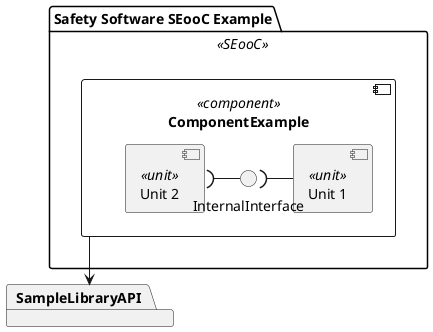
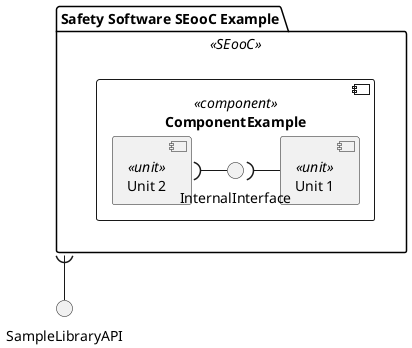
' *******************************************************************************
' Copyright (c) 2025 Contributors to the Eclipse Foundation
'
' See the NOTICE file(s) distributed with this work for additional
' information regarding copyright ownership.
'
' This program and the accompanying materials are made available under the
' terms of the Apache License Version 2.0 which is available at
' https://www.apache.org/licenses/LICENSE-2.0
'
' SPDX-License-Identifier: Apache-2.0
' *******************************************************************************

@startuml static_design

package "Safety Software SEooC Example" as safety_software_seooc_example <<SEooC>> {
    component "ComponentExample" as component_example <<component>> {
        component "Unit 1" as unit_1 <<unit>>
        component "Unit 2" as unit_2 <<unit>>

        interface "InternalInterface" as InternalInterface
        unit_1 -l-( InternalInterface
        unit_2 )-r- InternalInterface
    }
}

- package "SampleLibraryAPI" as SampleLibraryAPI
+ interface "SampleLibraryAPI" as SampleLibraryAPI

- component_example --> SampleLibraryAPI
+ safety_software_seooc_example )-d- SampleLibraryAPI

@enduml
